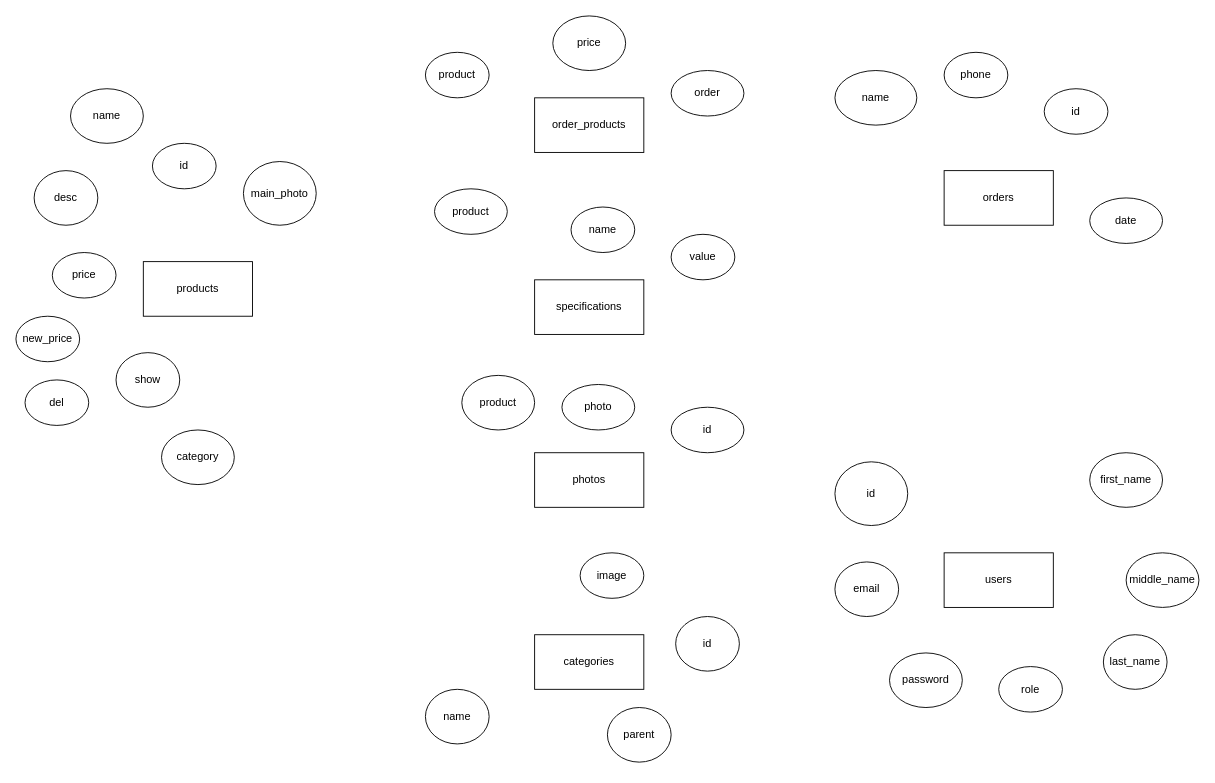
Before: ER.drawio in ahr9n/delivery-food, a draw.io diagram. Source tidied: cells renumbered, new cells numbered last; positions are measured from the earlier drawing's top-left corner, leaving out a move shared by most shapes. Both pictures are drawn from the tidied source at 91%, with x=0, y=0 at pixel (15, 15).
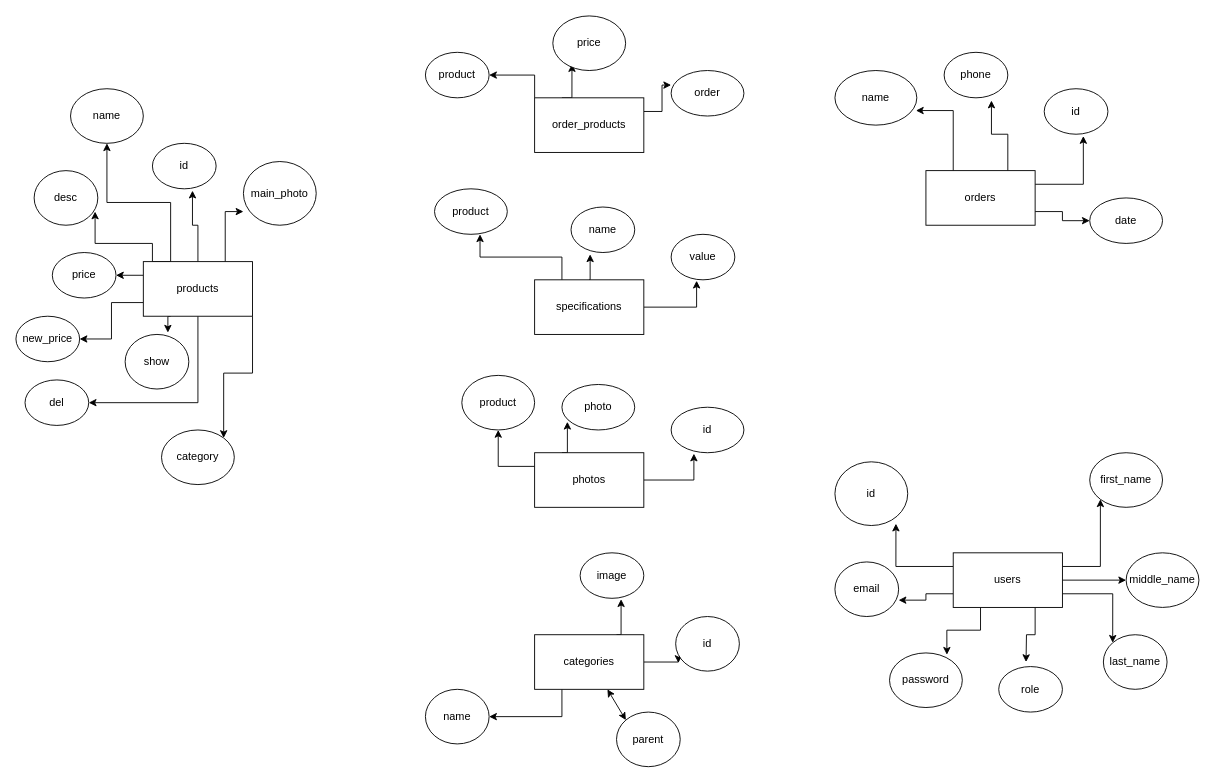
The same diagram, later.

The change refers to these unchanged cells:
```xml
<mxCell id="2" value="products" style="rounded=0;whiteSpace=wrap;html=1;" parent="1" vertex="1">
<mxCell id="3" value="id" style="ellipse;whiteSpace=wrap;html=1;" parent="1" vertex="1">
<mxCell id="4" value="category" style="ellipse;whiteSpace=wrap;html=1;" parent="1" vertex="1">
<mxCell id="5" value="name" style="ellipse;whiteSpace=wrap;html=1;" parent="1" vertex="1">
<mxCell id="6" value="desc" style="ellipse;whiteSpace=wrap;html=1;" parent="1" vertex="1">
<mxCell id="7" value="price" style="ellipse;whiteSpace=wrap;html=1;" parent="1" vertex="1">
<mxCell id="8" value="new_price" style="ellipse;whiteSpace=wrap;html=1;" parent="1" vertex="1">
<mxCell id="9" value="main_photo" style="ellipse;whiteSpace=wrap;html=1;" parent="1" vertex="1">
<mxCell id="11" value="del" style="ellipse;whiteSpace=wrap;html=1;" parent="1" vertex="1">
<mxCell id="12" value="order_products" style="rounded=0;whiteSpace=wrap;html=1;" parent="1" vertex="1">
<mxCell id="13" value="order" style="ellipse;whiteSpace=wrap;html=1;" parent="1" vertex="1">
<mxCell id="14" value="product" style="ellipse;whiteSpace=wrap;html=1;" parent="1" vertex="1">
<mxCell id="15" value="price" style="ellipse;whiteSpace=wrap;html=1;" parent="1" vertex="1">
<mxCell id="16" value="specifications" style="rounded=0;whiteSpace=wrap;html=1;" parent="1" vertex="1">
<mxCell id="17" value="value" style="ellipse;whiteSpace=wrap;html=1;" parent="1" vertex="1">
<mxCell id="18" value="name" style="ellipse;whiteSpace=wrap;html=1;" parent="1" vertex="1">
<mxCell id="19" value="product" style="ellipse;whiteSpace=wrap;html=1;" parent="1" vertex="1">
<mxCell id="20" value="photos" style="rounded=0;whiteSpace=wrap;html=1;" parent="1" vertex="1">
<mxCell id="21" value="id" style="ellipse;whiteSpace=wrap;html=1;" parent="1" vertex="1">
<mxCell id="22" value="product" style="ellipse;whiteSpace=wrap;html=1;" parent="1" vertex="1">
<mxCell id="23" value="photo" style="ellipse;whiteSpace=wrap;html=1;" parent="1" vertex="1">
<mxCell id="24" value="categories" style="rounded=0;whiteSpace=wrap;html=1;" parent="1" vertex="1">
<mxCell id="25" value="id" style="ellipse;whiteSpace=wrap;html=1;" parent="1" vertex="1">
<mxCell id="26" value="name" style="ellipse;whiteSpace=wrap;html=1;" parent="1" vertex="1">
<mxCell id="28" value="image" style="ellipse;whiteSpace=wrap;html=1;" parent="1" vertex="1">
<mxCell id="30" value="id" style="ellipse;whiteSpace=wrap;html=1;" parent="1" vertex="1">
<mxCell id="31" value="name" style="ellipse;whiteSpace=wrap;html=1;" parent="1" vertex="1">
<mxCell id="32" value="phone" style="ellipse;whiteSpace=wrap;html=1;" parent="1" vertex="1">
<mxCell id="33" value="date" style="ellipse;whiteSpace=wrap;html=1;" parent="1" vertex="1">
<mxCell id="35" value="id" style="ellipse;whiteSpace=wrap;html=1;" parent="1" vertex="1">
<mxCell id="36" value="email" style="ellipse;whiteSpace=wrap;html=1;" parent="1" vertex="1">
<mxCell id="37" value="password" style="ellipse;whiteSpace=wrap;html=1;" parent="1" vertex="1">
<mxCell id="38" value="first_name" style="ellipse;whiteSpace=wrap;html=1;" parent="1" vertex="1">
<mxCell id="39" value="last_name" style="ellipse;whiteSpace=wrap;html=1;" parent="1" vertex="1">
<mxCell id="40" value="middle_name" style="ellipse;whiteSpace=wrap;html=1;" parent="1" vertex="1">
```

What changed in the source:
```diff
@@
+    <mxCell id="42" style="edgeStyle=orthogonalEdgeStyle;rounded=0;jettySize=auto;html=1;exitX=1;exitY=1;exitDx=0;exitDy=0;entryX=1;entryY=0;entryDx=0;entryDy=0;" parent="1" edge="1" source="2" target="4">
+      <mxGeometry relative="1" as="geometry" />
+    </mxCell>
+    <mxCell id="43" style="edgeStyle=orthogonalEdgeStyle;rounded=0;jettySize=auto;html=1;exitX=0.5;exitY=1;exitDx=0;exitDy=0;entryX=1;entryY=0.5;entryDx=0;entryDy=0;" parent="1" edge="1" source="2" target="11">
+      <mxGeometry relative="1" as="geometry" />
+    </mxCell>
+    <mxCell id="44" style="edgeStyle=orthogonalEdgeStyle;rounded=0;jettySize=auto;html=1;exitX=0.25;exitY=1;exitDx=0;exitDy=0;entryX=0.671;entryY=-0.033;entryDx=0;entryDy=0;entryPerimeter=0;" parent="1" edge="1" source="2" target="10">
+      <mxGeometry relative="1" as="geometry" />
+    </mxCell>
+    <mxCell id="45" style="edgeStyle=orthogonalEdgeStyle;rounded=0;jettySize=auto;html=1;exitX=0;exitY=0.75;exitDx=0;exitDy=0;entryX=1;entryY=0.5;entryDx=0;entryDy=0;" parent="1" edge="1" source="2" target="8">
+      <mxGeometry relative="1" as="geometry" />
+    </mxCell>
+    <mxCell id="46" style="edgeStyle=orthogonalEdgeStyle;rounded=0;jettySize=auto;html=1;exitX=0;exitY=0.25;exitDx=0;exitDy=0;entryX=1;entryY=0.5;entryDx=0;entryDy=0;" parent="1" edge="1" source="2" target="7">
+      <mxGeometry relative="1" as="geometry" />
+    </mxCell>
+    <mxCell id="47" style="edgeStyle=orthogonalEdgeStyle;rounded=0;jettySize=auto;html=1;exitX=0.25;exitY=0;exitDx=0;exitDy=0;entryX=0.957;entryY=0.75;entryDx=0;entryDy=0;entryPerimeter=0;" parent="1" edge="1" source="2" target="6">
+      <mxGeometry relative="1" as="geometry">
+        <Array as="points">
+          <mxPoint x="150" y="270" />
+          <mxPoint x="150" y="250" />
+          <mxPoint x="87" y="250" />
+        </Array>
+      </mxGeometry>
+    </mxCell>
+    <mxCell id="48" style="edgeStyle=orthogonalEdgeStyle;rounded=0;jettySize=auto;html=1;exitX=0.25;exitY=0;exitDx=0;exitDy=0;entryX=0.5;entryY=1;entryDx=0;entryDy=0;" parent="1" edge="1" source="2" target="5">
+      <mxGeometry relative="1" as="geometry" />
+    </mxCell>
+    <mxCell id="49" style="edgeStyle=orthogonalEdgeStyle;rounded=0;jettySize=auto;html=1;exitX=0.5;exitY=0;exitDx=0;exitDy=0;entryX=0.629;entryY=1.04;entryDx=0;entryDy=0;entryPerimeter=0;" parent="1" edge="1" source="2" target="3">
+      <mxGeometry relative="1" as="geometry" />
+    </mxCell>
+    <mxCell id="50" style="edgeStyle=orthogonalEdgeStyle;rounded=0;jettySize=auto;html=1;exitX=0.75;exitY=0;exitDx=0;exitDy=0;entryX=0;entryY=0.786;entryDx=0;entryDy=0;entryPerimeter=0;" parent="1" edge="1" source="2" target="9">
+      <mxGeometry relative="1" as="geometry" />
+    </mxCell>
@@
     <mxCell id="10" value="show" style="ellipse;whiteSpace=wrap;html=1;" parent="1" vertex="1">
-      <mxGeometry x="110" y="370" width="70" height="60" as="geometry" />
+      <mxGeometry x="120" y="350" width="70" height="60" as="geometry" />
     </mxCell>
@@
+    <mxCell id="51" style="edgeStyle=orthogonalEdgeStyle;rounded=0;jettySize=auto;html=1;exitX=0;exitY=0;exitDx=0;exitDy=0;entryX=1;entryY=0.5;entryDx=0;entryDy=0;" parent="1" edge="1" source="12" target="14">
+      <mxGeometry relative="1" as="geometry" />
+    </mxCell>
+    <mxCell id="52" style="edgeStyle=orthogonalEdgeStyle;rounded=0;jettySize=auto;html=1;exitX=0.25;exitY=0;exitDx=0;exitDy=0;entryX=0.263;entryY=0.883;entryDx=0;entryDy=0;entryPerimeter=0;" parent="1" edge="1" source="12" target="15">
+      <mxGeometry relative="1" as="geometry" />
+    </mxCell>
+    <mxCell id="53" style="edgeStyle=orthogonalEdgeStyle;rounded=0;jettySize=auto;html=1;exitX=1;exitY=0.25;exitDx=0;exitDy=0;entryX=0;entryY=0.32;entryDx=0;entryDy=0;entryPerimeter=0;" parent="1" edge="1" source="12" target="13">
+      <mxGeometry relative="1" as="geometry" />
+    </mxCell>
@@
+    <mxCell id="54" style="edgeStyle=orthogonalEdgeStyle;rounded=0;jettySize=auto;html=1;exitX=0.5;exitY=0;exitDx=0;exitDy=0;entryX=0.3;entryY=1.04;entryDx=0;entryDy=0;entryPerimeter=0;" parent="1" edge="1" source="16" target="18">
+      <mxGeometry relative="1" as="geometry" />
+    </mxCell>
+    <mxCell id="55" style="edgeStyle=orthogonalEdgeStyle;rounded=0;jettySize=auto;html=1;exitX=1;exitY=0.5;exitDx=0;exitDy=0;entryX=0.4;entryY=1.02;entryDx=0;entryDy=0;entryPerimeter=0;" parent="1" edge="1" source="16" target="17">
+      <mxGeometry relative="1" as="geometry" />
+    </mxCell>
+    <mxCell id="56" style="edgeStyle=orthogonalEdgeStyle;rounded=0;jettySize=auto;html=1;exitX=0.25;exitY=0;exitDx=0;exitDy=0;entryX=0.625;entryY=1;entryDx=0;entryDy=0;entryPerimeter=0;" parent="1" edge="1" source="16" target="19">
+      <mxGeometry relative="1" as="geometry" />
+    </mxCell>
@@
+    <mxCell id="57" style="edgeStyle=orthogonalEdgeStyle;rounded=0;jettySize=auto;html=1;exitX=0;exitY=0.25;exitDx=0;exitDy=0;entryX=0.5;entryY=1;entryDx=0;entryDy=0;" parent="1" edge="1" source="20" target="22">
+      <mxGeometry relative="1" as="geometry" />
+    </mxCell>
+    <mxCell id="58" style="edgeStyle=orthogonalEdgeStyle;rounded=0;jettySize=auto;html=1;exitX=0.25;exitY=0;exitDx=0;exitDy=0;entryX=0.075;entryY=0.82;entryDx=0;entryDy=0;entryPerimeter=0;" parent="1" edge="1" source="20" target="23">
+      <mxGeometry relative="1" as="geometry" />
+    </mxCell>
+    <mxCell id="59" style="edgeStyle=orthogonalEdgeStyle;rounded=0;jettySize=auto;html=1;exitX=1;exitY=0.5;exitDx=0;exitDy=0;entryX=0.313;entryY=1.02;entryDx=0;entryDy=0;entryPerimeter=0;" parent="1" edge="1" source="20" target="21">
+      <mxGeometry relative="1" as="geometry" />
+    </mxCell>
@@
+    <mxCell id="60" style="edgeStyle=orthogonalEdgeStyle;rounded=0;jettySize=auto;html=1;exitX=1;exitY=0.5;exitDx=0;exitDy=0;entryX=0.043;entryY=0.85;entryDx=0;entryDy=0;entryPerimeter=0;" parent="1" edge="1" source="24" target="25">
+      <mxGeometry relative="1" as="geometry" />
+    </mxCell>
+    <mxCell id="61" style="edgeStyle=orthogonalEdgeStyle;rounded=0;jettySize=auto;html=1;exitX=0.75;exitY=0;exitDx=0;exitDy=0;entryX=0.643;entryY=1.02;entryDx=0;entryDy=0;entryPerimeter=0;" parent="1" edge="1" source="24" target="28">
+      <mxGeometry relative="1" as="geometry" />
+    </mxCell>
+    <mxCell id="62" style="edgeStyle=orthogonalEdgeStyle;rounded=0;jettySize=auto;html=1;exitX=0.25;exitY=1;exitDx=0;exitDy=0;entryX=1;entryY=0.5;entryDx=0;entryDy=0;" parent="1" edge="1" source="24" target="26">
+      <mxGeometry relative="1" as="geometry" />
+    </mxCell>
@@
     <mxCell id="27" value="parent" style="ellipse;whiteSpace=wrap;html=1;" parent="1" vertex="1">
-      <mxGeometry x="650" y="760" width="70" height="60" as="geometry" />
+      <mxGeometry x="660" y="765" width="70" height="60" as="geometry" />
     </mxCell>
@@
+    <mxCell id="63" style="edgeStyle=orthogonalEdgeStyle;rounded=0;jettySize=auto;html=1;exitX=1;exitY=0.75;exitDx=0;exitDy=0;entryX=0;entryY=0.5;entryDx=0;entryDy=0;" parent="1" edge="1" source="29" target="33">
+      <mxGeometry relative="1" as="geometry" />
+    </mxCell>
+    <mxCell id="64" style="edgeStyle=orthogonalEdgeStyle;rounded=0;jettySize=auto;html=1;exitX=1;exitY=0.25;exitDx=0;exitDy=0;entryX=0.614;entryY=1.04;entryDx=0;entryDy=0;entryPerimeter=0;" parent="1" edge="1" source="29" target="30">
+      <mxGeometry relative="1" as="geometry" />
+    </mxCell>
+    <mxCell id="65" style="edgeStyle=orthogonalEdgeStyle;rounded=0;jettySize=auto;html=1;exitX=0.75;exitY=0;exitDx=0;exitDy=0;entryX=0.743;entryY=1.06;entryDx=0;entryDy=0;entryPerimeter=0;" parent="1" edge="1" source="29" target="32">
+      <mxGeometry relative="1" as="geometry" />
+    </mxCell>
+    <mxCell id="66" style="edgeStyle=orthogonalEdgeStyle;rounded=0;jettySize=auto;html=1;exitX=0.25;exitY=0;exitDx=0;exitDy=0;entryX=0.989;entryY=0.733;entryDx=0;entryDy=0;entryPerimeter=0;" parent="1" edge="1" source="29" target="31">
+      <mxGeometry relative="1" as="geometry" />
+    </mxCell>
     <mxCell id="29" value="orders" style="rounded=0;whiteSpace=wrap;html=1;" parent="1" vertex="1">
-      <mxGeometry x="1020" y="170" width="120" height="60" as="geometry" />
+      <mxGeometry x="1000" y="170" width="120" height="60" as="geometry" />
     </mxCell>
@@
+    <mxCell id="67" style="edgeStyle=orthogonalEdgeStyle;rounded=0;jettySize=auto;html=1;exitX=1;exitY=0.5;exitDx=0;exitDy=0;entryX=0;entryY=0.5;entryDx=0;entryDy=0;" parent="1" edge="1" source="34" target="40">
+      <mxGeometry relative="1" as="geometry" />
+    </mxCell>
+    <mxCell id="68" style="edgeStyle=orthogonalEdgeStyle;rounded=0;jettySize=auto;html=1;exitX=1;exitY=0.25;exitDx=0;exitDy=0;entryX=0;entryY=1;entryDx=0;entryDy=0;" parent="1" edge="1" source="34" target="38">
+      <mxGeometry relative="1" as="geometry" />
+    </mxCell>
+    <mxCell id="69" style="edgeStyle=orthogonalEdgeStyle;rounded=0;jettySize=auto;html=1;exitX=1;exitY=0.75;exitDx=0;exitDy=0;entryX=0;entryY=0;entryDx=0;entryDy=0;" parent="1" edge="1" source="34" target="39">
+      <mxGeometry relative="1" as="geometry" />
+    </mxCell>
+    <mxCell id="70" style="edgeStyle=orthogonalEdgeStyle;rounded=0;jettySize=auto;html=1;exitX=0.75;exitY=1;exitDx=0;exitDy=0;" parent="1" edge="1" source="34">
+      <mxGeometry relative="1" as="geometry">
+        <mxPoint x="1110" y="710" as="targetPoint" />
+      </mxGeometry>
+    </mxCell>
+    <mxCell id="71" style="edgeStyle=orthogonalEdgeStyle;rounded=0;jettySize=auto;html=1;exitX=0.25;exitY=1;exitDx=0;exitDy=0;entryX=0.788;entryY=0.033;entryDx=0;entryDy=0;entryPerimeter=0;" parent="1" edge="1" source="34" target="37">
+      <mxGeometry relative="1" as="geometry" />
+    </mxCell>
+    <mxCell id="72" style="edgeStyle=orthogonalEdgeStyle;rounded=0;jettySize=auto;html=1;exitX=0;exitY=0.75;exitDx=0;exitDy=0;entryX=1;entryY=0.7;entryDx=0;entryDy=0;entryPerimeter=0;" parent="1" edge="1" source="34" target="36">
+      <mxGeometry relative="1" as="geometry" />
+    </mxCell>
+    <mxCell id="73" style="edgeStyle=orthogonalEdgeStyle;rounded=0;jettySize=auto;html=1;exitX=0;exitY=0.25;exitDx=0;exitDy=0;entryX=0.838;entryY=0.971;entryDx=0;entryDy=0;entryPerimeter=0;" parent="1" edge="1" source="34" target="35">
+      <mxGeometry relative="1" as="geometry" />
+    </mxCell>
     <mxCell id="34" value="users" style="rounded=0;whiteSpace=wrap;html=1;" parent="1" vertex="1">
-      <mxGeometry x="1020" y="590" width="120" height="60" as="geometry" />
+      <mxGeometry x="1030" y="590" width="120" height="60" as="geometry" />
     </mxCell>
@@
+    <mxCell id="74" style="endArrow=classic;startArrow=classic;html=1;exitX=0;exitY=0;exitDx=0;exitDy=0;" parent="1" edge="1" source="27">
+      <mxGeometry relative="1" as="geometry">
+        <mxPoint x="650" y="740" as="targetPoint" />
+      </mxGeometry>
+    </mxCell>
```
